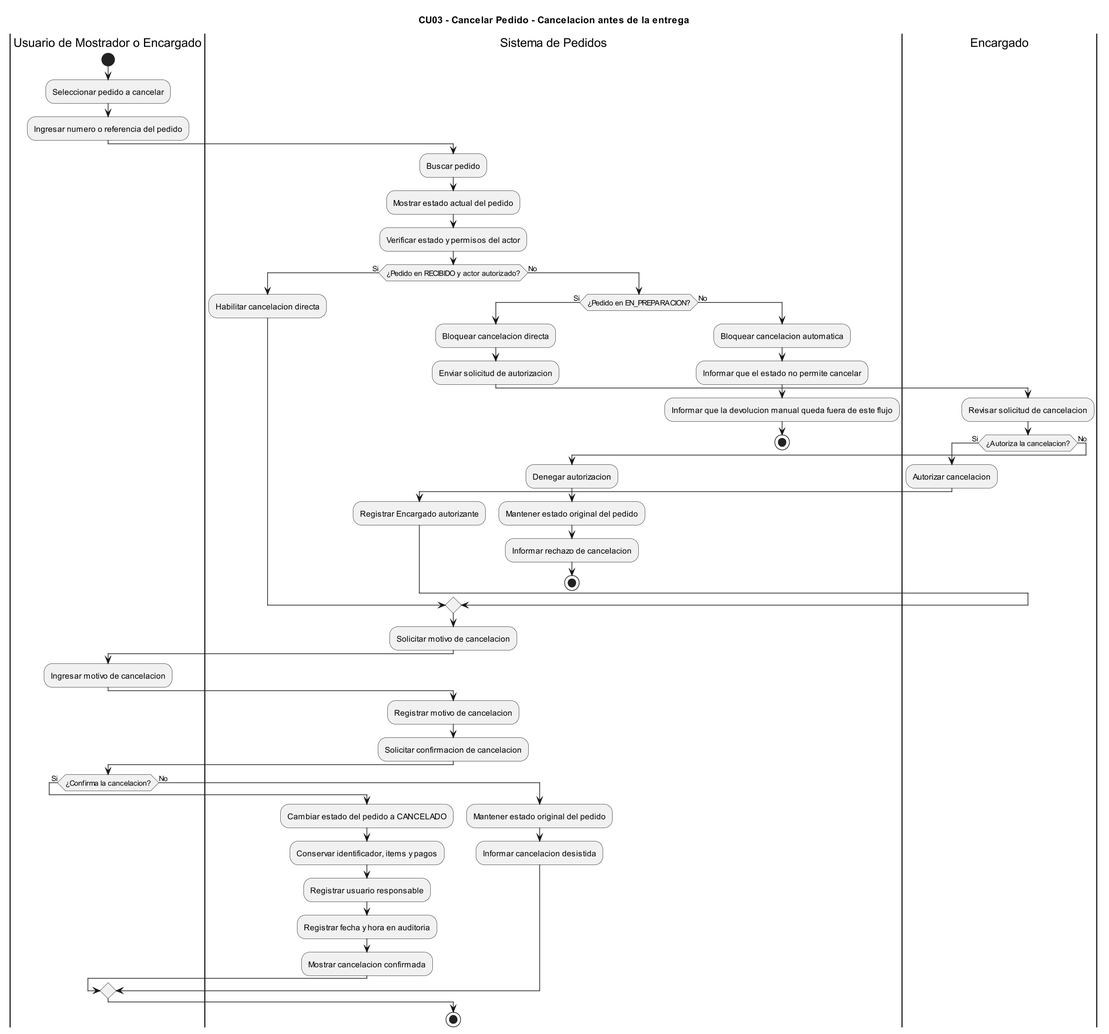
Above: diagramas/04-diagramas-actividades/04-actividad-cancelar-pedido-03.png in eloeyhe/SistemaPedidos (PlantUML), before the change. Source of this version:
```plantuml
@startuml
!pragma layout smetana
title CU03 - Cancelar Pedido - Cancelacion antes de la entrega
skinparam dpi 150
skinparam shadowing false

|Usuario de Mostrador o Encargado|
start
:Seleccionar pedido a cancelar;
:Ingresar numero o referencia del pedido;

|Sistema de Pedidos|
:Buscar pedido;
:Mostrar estado actual del pedido;
:Verificar estado y permisos del actor;

if (¿Pedido en RECIBIDO y actor autorizado?) then (Si)
  :Habilitar cancelacion directa;
else (No)
  if (¿Pedido en EN_PREPARACION?) then (Si)
    :Bloquear cancelacion directa;
    :Enviar solicitud de autorizacion;
    |Encargado|
    :Revisar solicitud de cancelacion;
    if (¿Autoriza la cancelacion?) then (Si)
      :Autorizar cancelacion;
      |Sistema de Pedidos|
      :Registrar Encargado autorizante;
    else (No)
      :Denegar autorizacion;
      |Sistema de Pedidos|
      :Mantener estado original del pedido;
      :Informar rechazo de cancelacion;
      stop
    endif
  else (No)
    :Bloquear cancelacion automatica;
    :Informar que el estado no permite cancelar;
    :Informar que la devolucion manual queda fuera de este flujo;
    stop
  endif
endif

|Sistema de Pedidos|
:Solicitar motivo de cancelacion;

|Usuario de Mostrador o Encargado|
:Ingresar motivo de cancelacion;

|Sistema de Pedidos|
:Registrar motivo de cancelacion;
:Solicitar confirmacion de cancelacion;

|Usuario de Mostrador o Encargado|
if (¿Confirma la cancelacion?) then (Si)
  |Sistema de Pedidos|
:Cambiar estado del pedido a CANCELADO;
:Conservar identificador, items y pagos;
:Registrar usuario responsable;
:Registrar fecha y hora en auditoria;
:Mostrar cancelacion confirmada;

else (No)
  |Sistema de Pedidos|
  :Mantener estado original del pedido;
  :Informar cancelacion desistida;
endif

stop
@enduml
```
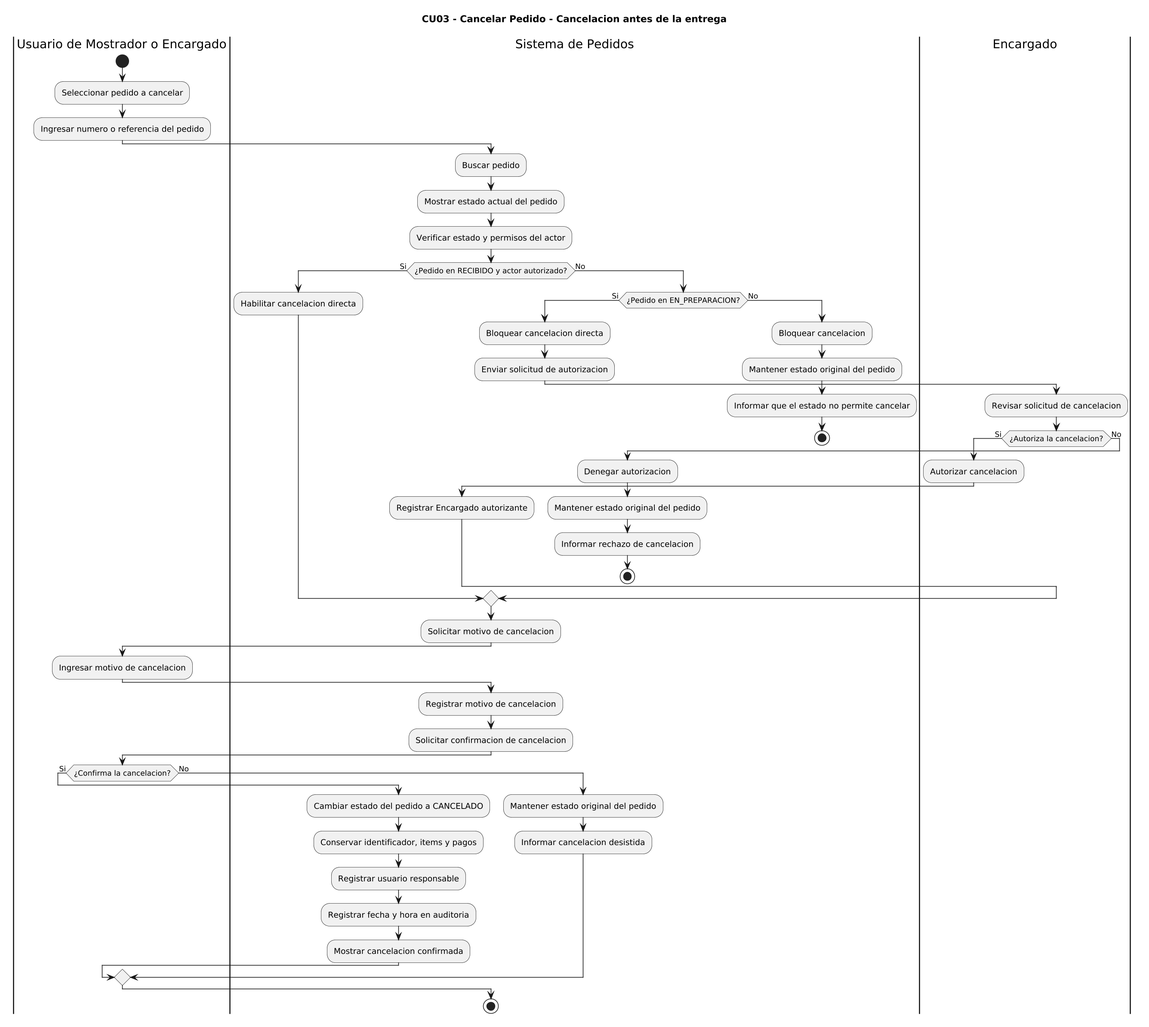
After the change.

Commit message:
fix: dejo bloqueada la cancelación de pedidos LISTO o ENTREGADO sin devolución manual y marco el pago QR como extensión futura (RC21, RC22)

Change to the diagram source:
```diff
@@ -1,5 +1,4 @@
 @startuml
-!pragma layout smetana
 title CU03 - Cancelar Pedido - Cancelacion antes de la entrega
 skinparam dpi 150
 skinparam shadowing false
@@ -34,9 +33,9 @@
       stop
     endif
   else (No)
-    :Bloquear cancelacion automatica;
+    :Bloquear cancelacion;
+    :Mantener estado original del pedido;
     :Informar que el estado no permite cancelar;
-    :Informar que la devolucion manual queda fuera de este flujo;
     stop
   endif
 endif
```
